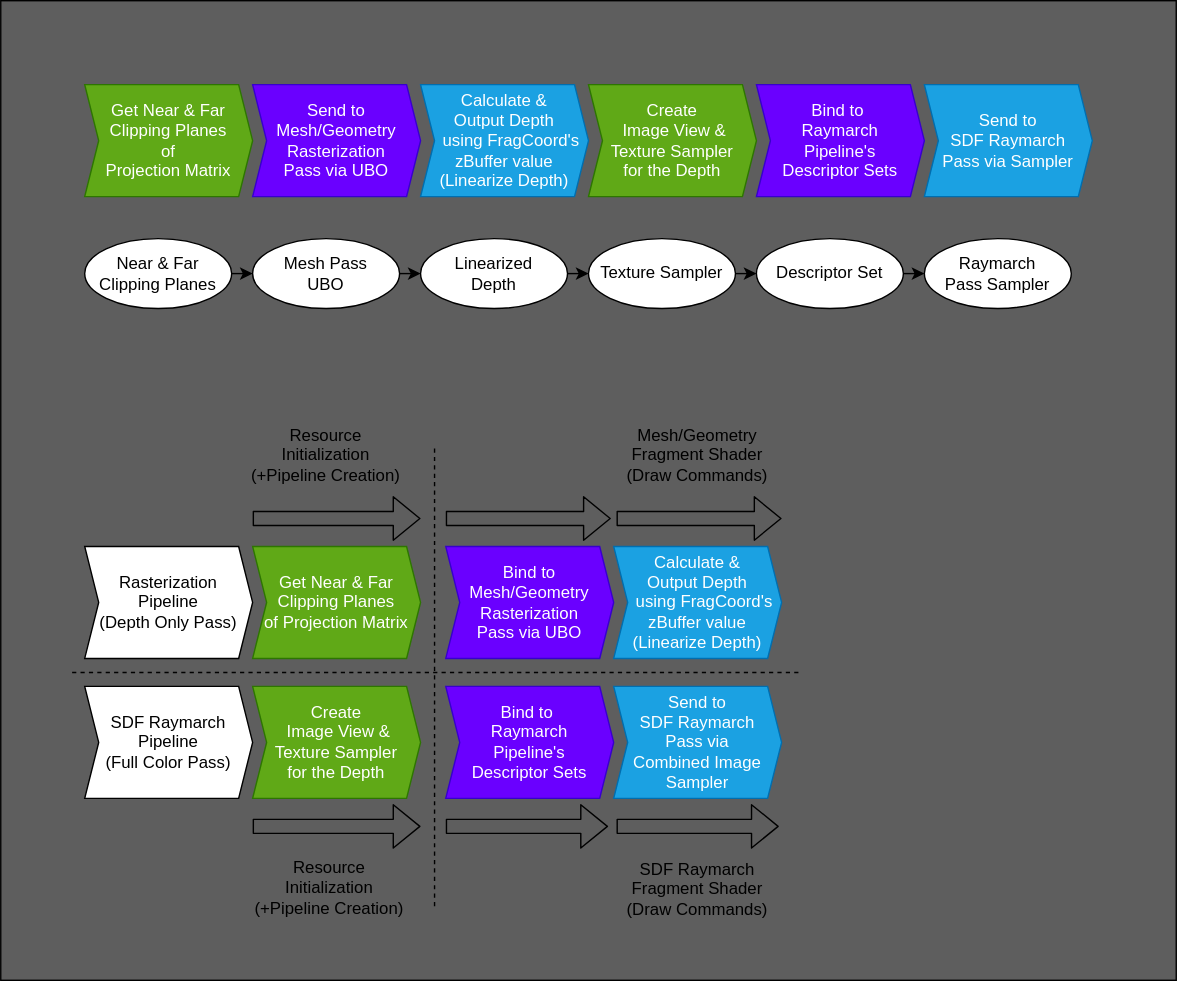
The draw.io diagram docs/design/depth-buffer-multi-pass-transfer.svg in hiradyazdan/sdf-ray4d-engine, before a commit. Source tidied: cells renumbered, new cells last; positions are measured from the earlier drawing's top-left corner, leaving out a move shared by most shapes.
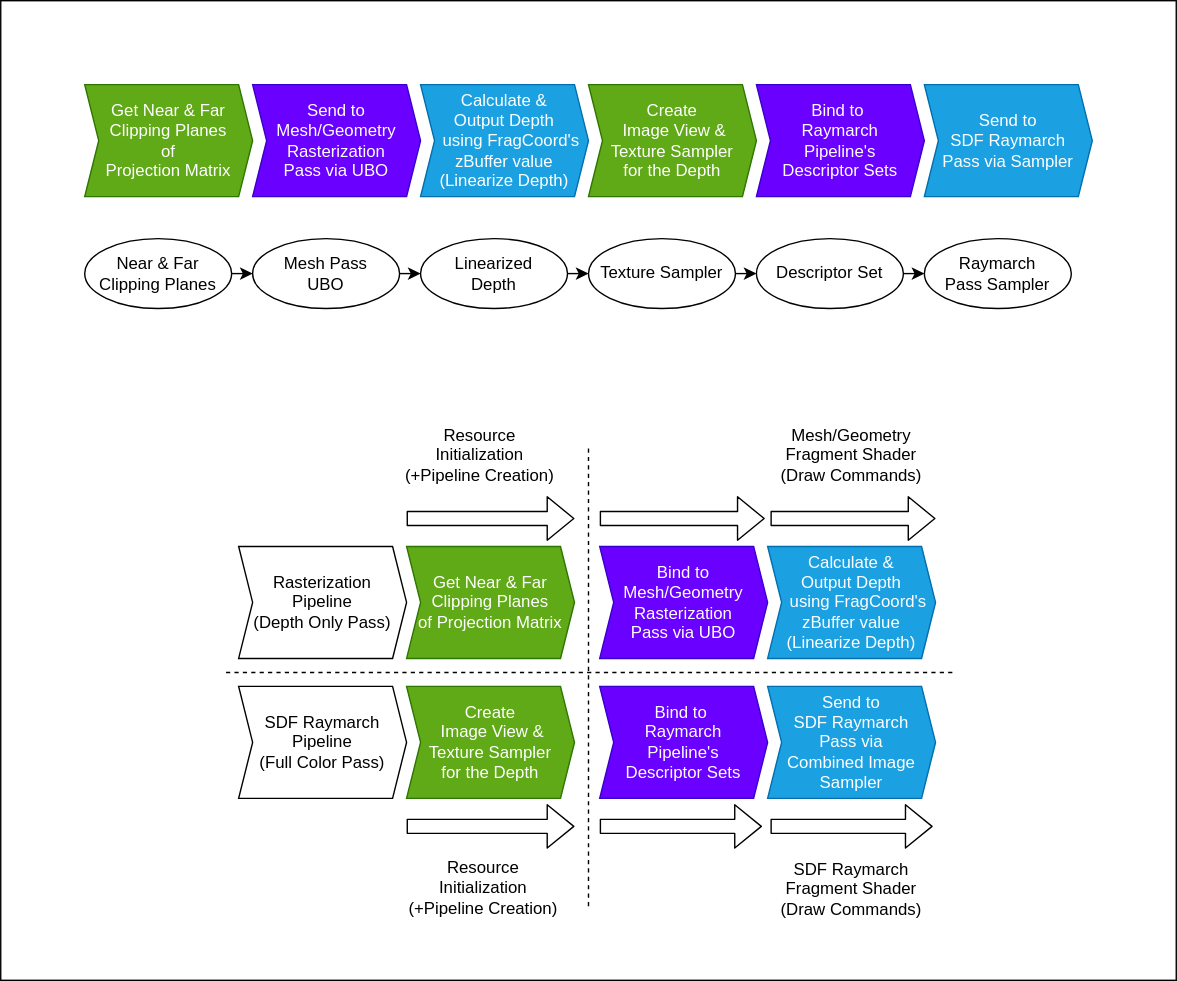
After the commit.

Change to the diagram source:
```diff
@@ -2,7 +2,7 @@
   <root>
     <mxCell id="0" />
     <mxCell id="1" parent="0" />
-    <mxCell id="2" style="rounded=0;whiteSpace=wrap;html=1;fillColor=#5E5E5E;" parent="1" vertex="1">
+    <mxCell id="2" style="rounded=0;whiteSpace=wrap;html=1;" parent="1" vertex="1">
       <mxGeometry width="840" height="700" as="geometry" />
     </mxCell>
     <mxCell id="3" value="Send to Mesh/Geometry Rasterization &lt;br&gt;Pass via UBO" style="shape=step;perimeter=stepPerimeter;whiteSpace=wrap;html=1;fixedSize=1;align=center;size=10;fillColor=#6a00ff;strokeColor=#3700CC;fontColor=#ffffff;" parent="1" vertex="1">
@@ -19,21 +19,21 @@
     </mxCell>
     <mxCell id="7" style="shape=flexArrow;endArrow=classic;html=1;" parent="1" edge="1">
       <mxGeometry relative="1" as="geometry">
-        <mxPoint x="440" y="370" as="sourcePoint" />
-        <mxPoint x="558" y="370" as="targetPoint" />
+        <mxPoint x="550" y="370" as="sourcePoint" />
+        <mxPoint x="668" y="370" as="targetPoint" />
       </mxGeometry>
     </mxCell>
     <mxCell id="8" style="shape=flexArrow;endArrow=classic;html=1;" parent="1" edge="1">
       <mxGeometry relative="1" as="geometry">
-        <mxPoint x="440" y="590" as="sourcePoint" />
-        <mxPoint x="556" y="590" as="targetPoint" />
+        <mxPoint x="550" y="590" as="sourcePoint" />
+        <mxPoint x="666" y="590" as="targetPoint" />
       </mxGeometry>
     </mxCell>
     <mxCell id="9" value="Mesh/Geometry Fragment Shader (Draw Commands)" style="text;html=1;strokeColor=none;fillColor=none;align=center;verticalAlign=middle;whiteSpace=wrap;rounded=0;" parent="1" vertex="1">
-      <mxGeometry x="443" y="300" width="110" height="50" as="geometry" />
+      <mxGeometry x="553" y="300" width="110" height="50" as="geometry" />
     </mxCell>
     <mxCell id="10" value="SDF Raymarch Fragment Shader&lt;br&gt;(Draw Commands)" style="text;html=1;strokeColor=none;fillColor=none;align=center;verticalAlign=middle;whiteSpace=wrap;rounded=0;" parent="1" vertex="1">
-      <mxGeometry x="443" y="610" width="110" height="50" as="geometry" />
+      <mxGeometry x="553" y="610" width="110" height="50" as="geometry" />
     </mxCell>
     <mxCell id="11" value="Create&lt;br&gt;&amp;nbsp;Image View &amp;amp;&lt;br&gt;Texture Sampler&lt;br&gt;for the Depth" style="shape=step;perimeter=stepPerimeter;whiteSpace=wrap;html=1;fixedSize=1;align=center;size=10;fillColor=#60a917;strokeColor=#2D7600;fontColor=#ffffff;" parent="1" vertex="1">
       <mxGeometry x="420" y="60" width="120" height="80" as="geometry" />
@@ -75,69 +75,69 @@
       <mxGeometry x="660" y="170" width="105" height="50" as="geometry" />
     </mxCell>
     <mxCell id="24" value="Get Near &amp;amp; Far&lt;br&gt;Clipping Planes &lt;br&gt;of Projection Matrix" style="shape=step;perimeter=stepPerimeter;whiteSpace=wrap;html=1;fixedSize=1;align=center;size=10;fillColor=#60a917;strokeColor=#2D7600;fontColor=#ffffff;" parent="1" vertex="1">
-      <mxGeometry x="180" y="390" width="120" height="80" as="geometry" />
+      <mxGeometry x="290" y="390" width="120" height="80" as="geometry" />
     </mxCell>
     <mxCell id="25" value="Create&lt;br&gt;&amp;nbsp;Image View &amp;amp;&lt;br&gt;Texture Sampler&lt;br&gt;for the Depth" style="shape=step;perimeter=stepPerimeter;whiteSpace=wrap;html=1;fixedSize=1;align=center;size=10;fillColor=#60a917;strokeColor=#2D7600;fontColor=#ffffff;" parent="1" vertex="1">
-      <mxGeometry x="180" y="490" width="120" height="80" as="geometry" />
+      <mxGeometry x="290" y="490" width="120" height="80" as="geometry" />
     </mxCell>
     <mxCell id="26" value="Bind to&amp;nbsp;&lt;br&gt;Raymarch&lt;br&gt;Pipeline's&lt;br&gt;Descriptor Sets" style="shape=step;perimeter=stepPerimeter;whiteSpace=wrap;html=1;fixedSize=1;align=center;size=10;fillColor=#6a00ff;strokeColor=#3700CC;fontColor=#ffffff;" parent="1" vertex="1">
-      <mxGeometry x="318" y="490" width="120" height="80" as="geometry" />
+      <mxGeometry x="428" y="490" width="120" height="80" as="geometry" />
     </mxCell>
     <mxCell id="27" value="Bind to Mesh/Geometry Rasterization &lt;br&gt;Pass via UBO" style="shape=step;perimeter=stepPerimeter;whiteSpace=wrap;html=1;fixedSize=1;align=center;size=10;fillColor=#6a00ff;strokeColor=#3700CC;fontColor=#ffffff;" parent="1" vertex="1">
-      <mxGeometry x="318" y="390" width="120" height="80" as="geometry" />
+      <mxGeometry x="428" y="390" width="120" height="80" as="geometry" />
     </mxCell>
     <mxCell id="28" value="Calculate &amp;amp; &lt;br&gt;Output Depth &lt;br&gt;&amp;nbsp; &amp;nbsp;using FragCoord's &lt;br&gt;zBuffer value&lt;br&gt;(Linearize Depth)" style="shape=step;perimeter=stepPerimeter;whiteSpace=wrap;html=1;fixedSize=1;align=center;size=10;fillColor=#1ba1e2;strokeColor=#006EAF;fontColor=#ffffff;" parent="1" vertex="1">
-      <mxGeometry x="438" y="390" width="120" height="80" as="geometry" />
+      <mxGeometry x="548" y="390" width="120" height="80" as="geometry" />
     </mxCell>
     <mxCell id="29" value="Send to &lt;br&gt;SDF Raymarch &lt;br&gt;Pass via &lt;br&gt;Combined Image Sampler" style="shape=step;perimeter=stepPerimeter;whiteSpace=wrap;html=1;fixedSize=1;align=center;size=10;fillColor=#1ba1e2;strokeColor=#006EAF;fontColor=#ffffff;" parent="1" vertex="1">
-      <mxGeometry x="438" y="490" width="120" height="80" as="geometry" />
+      <mxGeometry x="548" y="490" width="120" height="80" as="geometry" />
     </mxCell>
     <mxCell id="30" value="Rasterization &lt;br&gt;Pipeline&lt;br&gt;(Depth Only Pass)" style="shape=step;perimeter=stepPerimeter;whiteSpace=wrap;html=1;fixedSize=1;align=center;size=10;" parent="1" vertex="1">
-      <mxGeometry x="60" y="390" width="120" height="80" as="geometry" />
+      <mxGeometry x="170" y="390" width="120" height="80" as="geometry" />
     </mxCell>
     <mxCell id="31" value="SDF Raymarch&lt;br&gt;Pipeline&lt;br&gt;(Full Color Pass)" style="shape=step;perimeter=stepPerimeter;whiteSpace=wrap;html=1;fixedSize=1;align=center;size=10;" parent="1" vertex="1">
-      <mxGeometry x="60" y="490" width="120" height="80" as="geometry" />
+      <mxGeometry x="170" y="490" width="120" height="80" as="geometry" />
     </mxCell>
     <mxCell id="32" style="shape=flexArrow;endArrow=classic;html=1;" parent="1" edge="1">
       <mxGeometry relative="1" as="geometry">
-        <mxPoint x="180" y="590" as="sourcePoint" />
-        <mxPoint x="300" y="590" as="targetPoint" />
+        <mxPoint x="290" y="590" as="sourcePoint" />
+        <mxPoint x="410" y="590" as="targetPoint" />
       </mxGeometry>
     </mxCell>
     <mxCell id="33" style="shape=flexArrow;endArrow=classic;html=1;" parent="1" edge="1">
       <mxGeometry relative="1" as="geometry">
-        <mxPoint x="180" y="370" as="sourcePoint" />
-        <mxPoint x="300" y="370" as="targetPoint" />
+        <mxPoint x="290" y="370" as="sourcePoint" />
+        <mxPoint x="410" y="370" as="targetPoint" />
       </mxGeometry>
     </mxCell>
     <mxCell id="34" value="Resource&lt;br&gt;Initialization&lt;br&gt;(+Pipeline Creation)" style="text;html=1;strokeColor=none;fillColor=none;align=center;verticalAlign=middle;whiteSpace=wrap;rounded=0;" parent="1" vertex="1">
-      <mxGeometry x="175" y="610" width="120" height="48" as="geometry" />
+      <mxGeometry x="285" y="610" width="120" height="48" as="geometry" />
     </mxCell>
     <mxCell id="35" value="Resource&lt;br&gt;Initialization&lt;br&gt;(+Pipeline Creation)" style="text;html=1;strokeColor=none;fillColor=none;align=center;verticalAlign=middle;whiteSpace=wrap;rounded=0;" parent="1" vertex="1">
-      <mxGeometry x="175" y="300" width="115" height="50" as="geometry" />
+      <mxGeometry x="285" y="300" width="115" height="50" as="geometry" />
     </mxCell>
     <mxCell id="36" style="endArrow=none;dashed=1;html=1;" parent="1" edge="1">
       <mxGeometry relative="1" as="geometry">
-        <mxPoint x="310" y="320" as="sourcePoint" />
-        <mxPoint x="310" y="650" as="targetPoint" />
+        <mxPoint x="420" y="320" as="sourcePoint" />
+        <mxPoint x="420" y="650" as="targetPoint" />
       </mxGeometry>
     </mxCell>
     <mxCell id="37" style="endArrow=none;dashed=1;html=1;" parent="1" edge="1">
       <mxGeometry relative="1" as="geometry">
-        <mxPoint x="570" y="480" as="sourcePoint" />
-        <mxPoint x="50" y="480" as="targetPoint" />
+        <mxPoint x="680" y="480" as="sourcePoint" />
+        <mxPoint x="160" y="480" as="targetPoint" />
       </mxGeometry>
     </mxCell>
     <mxCell id="38" style="shape=flexArrow;endArrow=classic;html=1;" parent="1" edge="1">
       <mxGeometry relative="1" as="geometry">
-        <mxPoint x="318" y="370" as="sourcePoint" />
-        <mxPoint x="436" y="370" as="targetPoint" />
+        <mxPoint x="428" y="370" as="sourcePoint" />
+        <mxPoint x="546" y="370" as="targetPoint" />
       </mxGeometry>
     </mxCell>
     <mxCell id="39" style="shape=flexArrow;endArrow=classic;html=1;" parent="1" edge="1">
       <mxGeometry relative="1" as="geometry">
-        <mxPoint x="318" y="590" as="sourcePoint" />
-        <mxPoint x="434" y="590" as="targetPoint" />
+        <mxPoint x="428" y="590" as="sourcePoint" />
+        <mxPoint x="544" y="590" as="targetPoint" />
       </mxGeometry>
     </mxCell>
   </root>
```
